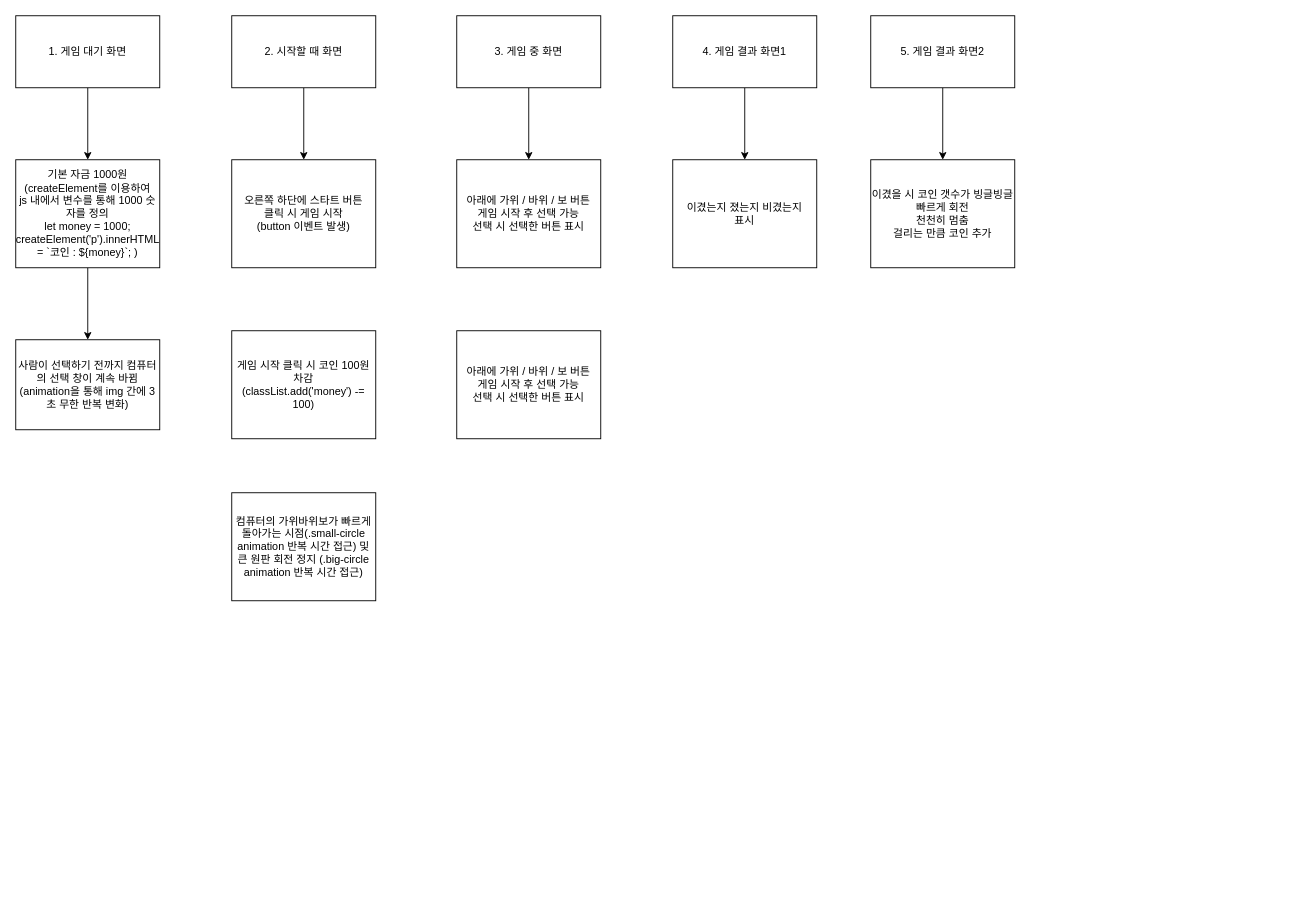
This is 220915/homework/rspGame.drawio from JJeonghyun/blockchain7, a draw.io file, before an edit. Source tidied: cells renumbered, new cells numbered last; positions are measured from the earlier drawing's top-left corner, leaving out a move shared by most shapes. Both pictures are drawn from the tidied source at 90%, with x=0, y=0 at pixel (15, 15).
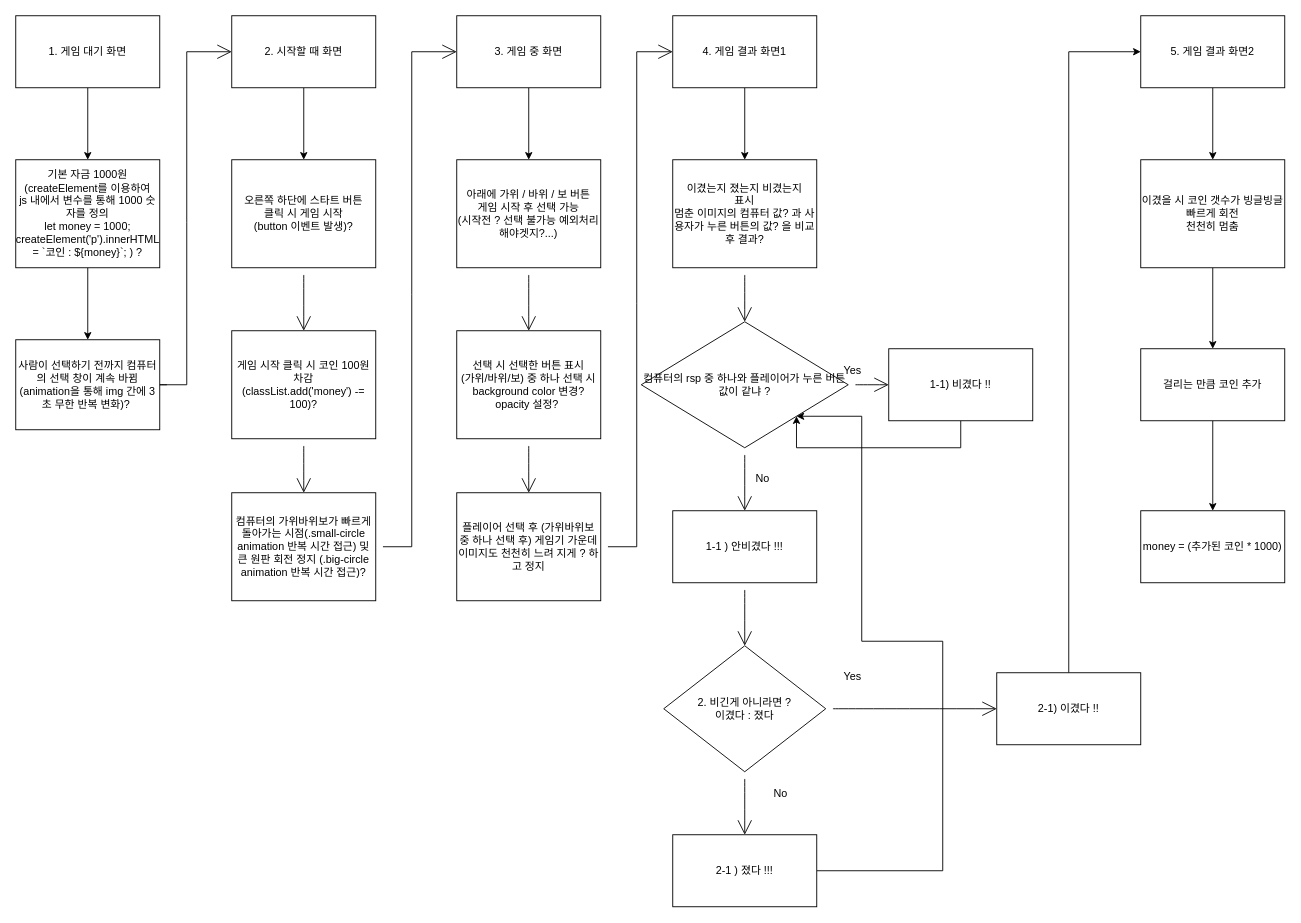
Above is the later version.

The change refers to these unchanged cells:
```xml
<mxCell id="8" value="2. 시작할 때 화면" style="rounded=0;whiteSpace=wrap;html=1;" parent="1" vertex="1">
  <mxGeometry x="240" width="160" height="80" as="geometry" />
</mxCell>
<mxCell id="10" value="3. 게임 중 화면" style="rounded=0;whiteSpace=wrap;html=1;" parent="1" vertex="1">
  <mxGeometry x="490" width="160" height="80" as="geometry" />
</mxCell>
<mxCell id="12" value="4. 게임 결과 화면1" style="rounded=0;whiteSpace=wrap;html=1;" parent="1" vertex="1">
  <mxGeometry x="730" width="160" height="80" as="geometry" />
</mxCell>
```

Change to the diagram source:
```diff
@@
-    <mxCell id="3" value="기본 자금 1000원&lt;br&gt;(createElement를 이용하여&lt;br&gt;js 내에서 변수를 통해 1000 숫자를 정의&lt;br&gt;let money = 1000;&lt;br&gt;createElement('p').innerHTML = `코인 : ${money}`; )" style="rounded=0;whiteSpace=wrap;html=1;" parent="1" vertex="1">
+    <mxCell id="3" value="기본 자금 1000원&lt;br&gt;(createElement를 이용하여&lt;br&gt;js 내에서 변수를 통해 1000 숫자를 정의&lt;br&gt;let money = 1000;&lt;br&gt;createElement('p').innerHTML = `코인 : ${money}`; ) ?" style="rounded=0;whiteSpace=wrap;html=1;" parent="1" vertex="1">
       <mxGeometry y="160" width="160" height="120" as="geometry" />
     </mxCell>
+    <mxCell id="22" style="edgeStyle=none;curved=1;rounded=0;jettySize=auto;html=1;endArrow=open;startSize=14;endSize=14;sourcePerimeterSpacing=8;targetPerimeterSpacing=8;" parent="1" edge="1" source="4">
+      <mxGeometry relative="1" as="geometry">
+        <mxPoint x="122" y="410" as="targetPoint" />
+      </mxGeometry>
+    </mxCell>
+    <mxCell id="23" style="edgeStyle=none;rounded=0;jettySize=auto;html=1;entryX=0;entryY=0.5;entryDx=0;entryDy=0;endArrow=open;startSize=14;endSize=14;sourcePerimeterSpacing=8;targetPerimeterSpacing=8;exitX=1;exitY=0.5;exitDx=0;exitDy=0;" parent="1" edge="1" source="4" target="8">
+      <mxGeometry relative="1" as="geometry">
+        <Array as="points">
+          <mxPoint x="190" y="410" />
+          <mxPoint x="190" y="230" />
+          <mxPoint x="190" y="40" />
+        </Array>
+      </mxGeometry>
+    </mxCell>
-    <mxCell id="4" value="사람이 선택하기 전까지 컴퓨터의 선택 창이 계속 바뀜&lt;br&gt;(animation을 통해 img 간에 3초 무한 반복 변화)" style="rounded=0;whiteSpace=wrap;html=1;" parent="1" vertex="1">
+    <mxCell id="4" value="사람이 선택하기 전까지 컴퓨터의 선택 창이 계속 바뀜&lt;br&gt;(animation을 통해 img 간에 3초 무한 반복 변화)?&amp;nbsp;" style="rounded=0;whiteSpace=wrap;html=1;" parent="1" vertex="1">
       <mxGeometry y="360" width="160" height="100" as="geometry" />
     </mxCell>
@@
     <mxCell id="14" value="5. 게임 결과 화면2" style="rounded=0;whiteSpace=wrap;html=1;" parent="1" vertex="1">
-      <mxGeometry x="950" width="160" height="80" as="geometry" />
+      <mxGeometry x="1250" width="160" height="80" as="geometry" />
     </mxCell>
+    <mxCell id="24" style="edgeStyle=none;curved=1;rounded=0;jettySize=auto;html=1;entryX=0.5;entryY=0;entryDx=0;entryDy=0;endArrow=open;startSize=14;endSize=14;sourcePerimeterSpacing=8;targetPerimeterSpacing=8;" parent="1" edge="1" source="15" target="19">
+      <mxGeometry relative="1" as="geometry" />
+    </mxCell>
-    <mxCell id="15" value="오른쪽 하단에 스타트 버튼 &lt;br&gt;클릭 시 게임 시작&lt;br&gt;(button 이벤트 발생)" style="rounded=0;whiteSpace=wrap;html=1;" parent="1" vertex="1">
+    <mxCell id="15" value="오른쪽 하단에 스타트 버튼 &lt;br&gt;클릭 시 게임 시작&lt;br&gt;(button 이벤트 발생)?" style="rounded=0;whiteSpace=wrap;html=1;" parent="1" vertex="1">
       <mxGeometry x="240" y="160" width="160" height="120" as="geometry" />
     </mxCell>
+    <mxCell id="25" style="edgeStyle=none;curved=1;rounded=0;jettySize=auto;html=1;entryX=0.5;entryY=0;entryDx=0;entryDy=0;endArrow=open;startSize=14;endSize=14;sourcePerimeterSpacing=8;targetPerimeterSpacing=8;" parent="1" edge="1" source="16" target="21">
+      <mxGeometry relative="1" as="geometry" />
+    </mxCell>
-    <mxCell id="16" value="아래에 가위 / 바위 / 보 버튼&lt;br&gt;게임 시작 후 선택 가능&lt;br&gt;선택 시 선택한 버튼 표시" style="rounded=0;whiteSpace=wrap;html=1;" parent="1" vertex="1">
+    <mxCell id="16" value="아래에 가위 / 바위 / 보 버튼&lt;br&gt;게임 시작 후 선택 가능&lt;br&gt;(시작전 ? 선택 불가능 예외처리 해야겟지?...)" style="rounded=0;whiteSpace=wrap;html=1;" parent="1" vertex="1">
       <mxGeometry x="490" y="160" width="160" height="120" as="geometry" />
     </mxCell>
+    <mxCell id="26" style="edgeStyle=none;curved=1;rounded=0;jettySize=auto;html=1;entryX=0.5;entryY=0;entryDx=0;entryDy=0;endArrow=open;startSize=14;endSize=14;sourcePerimeterSpacing=8;targetPerimeterSpacing=8;" parent="1" edge="1" source="17" target="44">
+      <mxGeometry relative="1" as="geometry" />
+    </mxCell>
-    <mxCell id="17" value="이겼는지 졌는지 비겼는지 &lt;br&gt;표시" style="rounded=0;whiteSpace=wrap;html=1;" parent="1" vertex="1">
+    <mxCell id="17" value="이겼는지 졌는지 비겼는지 &lt;br&gt;표시&lt;br&gt;멈춘 이미지의 컴퓨터 값? 과 사용자가 누른 버튼의 값? 을 비교 후 결과?" style="rounded=0;whiteSpace=wrap;html=1;" parent="1" vertex="1">
       <mxGeometry x="730" y="160" width="160" height="120" as="geometry" />
     </mxCell>
+    <mxCell id="27" style="edgeStyle=orthogonalEdgeStyle;rounded=0;jettySize=auto;html=1;entryX=0.5;entryY=0;entryDx=0;entryDy=0;" parent="1" edge="1" source="18" target="32">
+      <mxGeometry relative="1" as="geometry" />
+    </mxCell>
-    <mxCell id="18" value="이겼을 시 코인 갯수가 빙글빙글 빠르게 회전&lt;br&gt;천천히 멈춤&lt;br&gt;걸리는 만큼 코인 추가" style="rounded=0;whiteSpace=wrap;html=1;" parent="1" vertex="1">
-      <mxGeometry x="950" y="160" width="160" height="120" as="geometry" />
+    <mxCell id="18" value="이겼을 시 코인 갯수가 빙글빙글 빠르게 회전&lt;br&gt;천천히 멈춤" style="rounded=0;whiteSpace=wrap;html=1;" parent="1" vertex="1">
+      <mxGeometry x="1250" y="160" width="160" height="120" as="geometry" />
     </mxCell>
+    <mxCell id="28" style="edgeStyle=none;curved=1;rounded=0;jettySize=auto;html=1;entryX=0.5;entryY=0;entryDx=0;entryDy=0;endArrow=open;startSize=14;endSize=14;sourcePerimeterSpacing=8;targetPerimeterSpacing=8;" parent="1" edge="1" source="19" target="20">
+      <mxGeometry relative="1" as="geometry" />
+    </mxCell>
-    <mxCell id="19" value="게임 시작 클릭 시 코인 100원 차감&lt;br&gt;(classList.add('money') -= 100)" style="rounded=0;whiteSpace=wrap;html=1;" parent="1" vertex="1">
+    <mxCell id="19" value="게임 시작 클릭 시 코인 100원 차감&lt;br&gt;(classList.add('money') -= 100)?" style="rounded=0;whiteSpace=wrap;html=1;" parent="1" vertex="1">
       <mxGeometry x="240" y="350" width="160" height="120" as="geometry" />
     </mxCell>
+    <mxCell id="29" style="edgeStyle=none;shape=connector;rounded=0;jettySize=auto;html=1;entryX=0;entryY=0.5;entryDx=0;entryDy=0;labelBackgroundColor=default;strokeColor=default;fontFamily=Helvetica;fontSize=11;fontColor=default;endArrow=open;startSize=14;endSize=14;sourcePerimeterSpacing=8;targetPerimeterSpacing=8;" parent="1" edge="1" source="20" target="10">
+      <mxGeometry relative="1" as="geometry">
+        <Array as="points">
+          <mxPoint x="440" y="590" />
+          <mxPoint x="440" y="310" />
+          <mxPoint x="440" y="40" />
+        </Array>
+      </mxGeometry>
+    </mxCell>
-    <mxCell id="20" value="컴퓨터의 가위바위보가 빠르게 돌아가는 시점(.small-circle animation 반복 시간 접근) 및 큰 원판 회전 정지 (.big-circle animation 반복 시간 접근)" style="rounded=0;whiteSpace=wrap;html=1;" parent="1" vertex="1">
+    <mxCell id="20" value="컴퓨터의 가위바위보가 빠르게 돌아가는 시점(.small-circle animation 반복 시간 접근) 및 큰 원판 회전 정지 (.big-circle animation 반복 시간 접근)?" style="rounded=0;whiteSpace=wrap;html=1;" parent="1" vertex="1">
       <mxGeometry x="240" y="530" width="160" height="120" as="geometry" />
     </mxCell>
+    <mxCell id="30" style="edgeStyle=none;curved=1;rounded=0;jettySize=auto;html=1;entryX=0.5;entryY=0;entryDx=0;entryDy=0;endArrow=open;startSize=14;endSize=14;sourcePerimeterSpacing=8;targetPerimeterSpacing=8;" parent="1" edge="1" source="21" target="35">
+      <mxGeometry relative="1" as="geometry" />
+    </mxCell>
-    <mxCell id="21" value="아래에 가위 / 바위 / 보 버튼&lt;br&gt;게임 시작 후 선택 가능&lt;br&gt;선택 시 선택한 버튼 표시" style="rounded=0;whiteSpace=wrap;html=1;" parent="1" vertex="1">
+    <mxCell id="21" value="선택 시 선택한 버튼 표시&lt;br&gt;(가위/바위/보) 중 하나 선택 시 background color 변경?&lt;br&gt;opacity 설정?&amp;nbsp;" style="rounded=0;whiteSpace=wrap;html=1;" parent="1" vertex="1">
       <mxGeometry x="490" y="350" width="160" height="120" as="geometry" />
     </mxCell>
+    <mxCell id="31" style="edgeStyle=orthogonalEdgeStyle;rounded=0;jettySize=auto;html=1;entryX=0.5;entryY=0;entryDx=0;entryDy=0;" parent="1" edge="1" source="32" target="33">
+      <mxGeometry relative="1" as="geometry" />
+    </mxCell>
+    <mxCell id="32" value="걸리는 만큼 코인 추가" style="rounded=0;whiteSpace=wrap;html=1;hachureGap=4;" parent="1" vertex="1">
+      <mxGeometry x="1250" y="370" width="160" height="80" as="geometry" />
+    </mxCell>
+    <mxCell id="33" value="money = (추가된 코인 * 1000)" style="rounded=0;whiteSpace=wrap;html=1;hachureGap=4;" parent="1" vertex="1">
+      <mxGeometry x="1250" y="550" width="160" height="80" as="geometry" />
+    </mxCell>
+    <mxCell id="34" style="edgeStyle=none;shape=connector;rounded=0;jettySize=auto;html=1;entryX=0;entryY=0.5;entryDx=0;entryDy=0;labelBackgroundColor=default;strokeColor=default;fontFamily=Helvetica;fontSize=11;fontColor=default;endArrow=open;startSize=14;endSize=14;sourcePerimeterSpacing=8;targetPerimeterSpacing=8;" parent="1" edge="1" source="35" target="12">
+      <mxGeometry relative="1" as="geometry">
+        <Array as="points">
+          <mxPoint x="690" y="590" />
+          <mxPoint x="690" y="320" />
+          <mxPoint x="690" y="40" />
+        </Array>
+      </mxGeometry>
+    </mxCell>
+    <mxCell id="35" value="플레이어 선택 후 (가위바위보 중 하나 선택 후) 게임기 가운데 이미지도 천천히 느려 지게 ? 하고 정지" style="rounded=0;whiteSpace=wrap;html=1;" parent="1" vertex="1">
+      <mxGeometry x="490" y="530" width="160" height="120" as="geometry" />
+    </mxCell>
+    <mxCell id="36" style="edgeStyle=orthogonalEdgeStyle;rounded=0;jettySize=auto;html=1;entryX=1;entryY=1;entryDx=0;entryDy=0;" parent="1" edge="1" source="37" target="44">
+      <mxGeometry relative="1" as="geometry">
+        <Array as="points">
+          <mxPoint x="1030" y="950" />
+          <mxPoint x="1030" y="695" />
+          <mxPoint x="940" y="695" />
+          <mxPoint x="940" y="445" />
+        </Array>
+      </mxGeometry>
+    </mxCell>
+    <mxCell id="37" value="2-1 ) 졌다 !!!" style="rounded=0;whiteSpace=wrap;html=1;hachureGap=4;" parent="1" vertex="1">
+      <mxGeometry x="730" y="910" width="160" height="80" as="geometry" />
+    </mxCell>
+    <mxCell id="38" style="edgeStyle=orthogonalEdgeStyle;rounded=0;jettySize=auto;html=1;entryX=1;entryY=1;entryDx=0;entryDy=0;" parent="1" edge="1" source="39" target="44">
+      <mxGeometry relative="1" as="geometry">
+        <Array as="points">
+          <mxPoint x="1050" y="480" />
+          <mxPoint x="868" y="480" />
+        </Array>
+      </mxGeometry>
+    </mxCell>
+    <mxCell id="39" value="1-1) 비겼다 !!" style="rounded=0;whiteSpace=wrap;html=1;hachureGap=4;" parent="1" vertex="1">
+      <mxGeometry x="970" y="370" width="160" height="80" as="geometry" />
+    </mxCell>
+    <mxCell id="40" style="edgeStyle=none;curved=1;rounded=0;jettySize=auto;html=1;endArrow=open;startSize=14;endSize=14;sourcePerimeterSpacing=8;targetPerimeterSpacing=8;entryX=0.5;entryY=0;entryDx=0;entryDy=0;" parent="1" edge="1" source="41" target="49">
+      <mxGeometry relative="1" as="geometry" />
+    </mxCell>
+    <mxCell id="41" value="1-1 ) 안비겼다 !!!" style="rounded=0;whiteSpace=wrap;html=1;hachureGap=4;" parent="1" vertex="1">
+      <mxGeometry x="730" y="550" width="160" height="80" as="geometry" />
+    </mxCell>
+    <mxCell id="42" style="edgeStyle=none;curved=1;rounded=0;jettySize=auto;html=1;entryX=0;entryY=0.5;entryDx=0;entryDy=0;endArrow=open;startSize=14;endSize=14;sourcePerimeterSpacing=8;targetPerimeterSpacing=8;" parent="1" edge="1" source="44" target="39">
+      <mxGeometry relative="1" as="geometry" />
+    </mxCell>
+    <mxCell id="43" style="edgeStyle=none;curved=1;rounded=0;jettySize=auto;html=1;entryX=0.5;entryY=0;entryDx=0;entryDy=0;endArrow=open;startSize=14;endSize=14;sourcePerimeterSpacing=8;targetPerimeterSpacing=8;" parent="1" edge="1" source="44" target="41">
+      <mxGeometry relative="1" as="geometry" />
+    </mxCell>
+    <mxCell id="44" value="컴퓨터의 rsp 중 하나와 플레이어가 누른 버튼 값이 같냐 ?" style="rhombus;whiteSpace=wrap;html=1;hachureGap=4;" parent="1" vertex="1">
+      <mxGeometry x="695" y="340" width="230" height="140" as="geometry" />
+    </mxCell>
+    <mxCell id="45" value="Yes" style="text;strokeColor=none;fillColor=none;html=1;align=center;verticalAlign=middle;whiteSpace=wrap;rounded=0;hachureGap=4;" parent="1" vertex="1">
+      <mxGeometry x="900" y="380" width="60" height="30" as="geometry" />
+    </mxCell>
+    <mxCell id="46" value="No" style="text;strokeColor=none;fillColor=none;html=1;align=center;verticalAlign=middle;whiteSpace=wrap;rounded=0;hachureGap=4;" parent="1" vertex="1">
+      <mxGeometry x="800" y="500" width="60" height="30" as="geometry" />
+    </mxCell>
+    <mxCell id="47" style="edgeStyle=none;curved=1;rounded=0;jettySize=auto;html=1;entryX=0.5;entryY=0;entryDx=0;entryDy=0;endArrow=open;startSize=14;endSize=14;sourcePerimeterSpacing=8;targetPerimeterSpacing=8;" parent="1" edge="1" source="49" target="37">
+      <mxGeometry relative="1" as="geometry" />
+    </mxCell>
+    <mxCell id="48" style="edgeStyle=none;curved=1;rounded=0;jettySize=auto;html=1;entryX=0;entryY=0.5;entryDx=0;entryDy=0;endArrow=open;startSize=14;endSize=14;sourcePerimeterSpacing=8;targetPerimeterSpacing=8;" parent="1" edge="1" source="49" target="51">
+      <mxGeometry relative="1" as="geometry" />
+    </mxCell>
+    <mxCell id="49" value="2. 비긴게 아니라면 ?&lt;br&gt;이겼다 : 졌다" style="rhombus;whiteSpace=wrap;html=1;hachureGap=4;" parent="1" vertex="1">
+      <mxGeometry x="720" y="700" width="180" height="140" as="geometry" />
+    </mxCell>
+    <mxCell id="50" style="edgeStyle=orthogonalEdgeStyle;rounded=0;jettySize=auto;html=1;entryX=0;entryY=0.5;entryDx=0;entryDy=0;" parent="1" edge="1" source="51" target="14">
+      <mxGeometry relative="1" as="geometry" />
+    </mxCell>
+    <mxCell id="51" value="2-1) 이겼다 !!" style="rounded=0;whiteSpace=wrap;html=1;hachureGap=4;" parent="1" vertex="1">
+      <mxGeometry x="1090" y="730" width="160" height="80" as="geometry" />
+    </mxCell>
+    <mxCell id="52" value="Yes" style="text;strokeColor=none;fillColor=none;html=1;align=center;verticalAlign=middle;whiteSpace=wrap;rounded=0;hachureGap=4;" parent="1" vertex="1">
+      <mxGeometry x="900" y="720" width="60" height="30" as="geometry" />
+    </mxCell>
+    <mxCell id="53" value="No" style="text;strokeColor=none;fillColor=none;html=1;align=center;verticalAlign=middle;whiteSpace=wrap;rounded=0;hachureGap=4;" parent="1" vertex="1">
+      <mxGeometry x="820" y="850" width="60" height="30" as="geometry" />
+    </mxCell>
```
